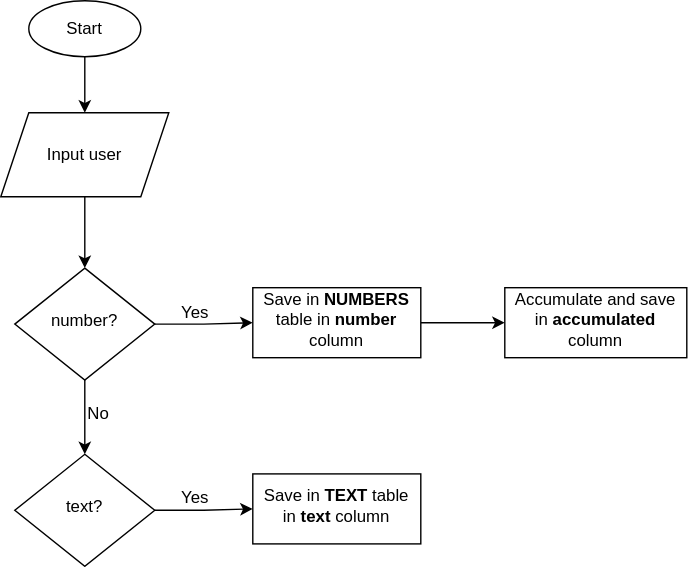
isabelyb/apalabrados keeps this draw.io diagram as apalabrados_flowchart.drawio.svg. Above is the earlier version. Source tidied: cells renumbered, new cells last; positions are measured from the earlier drawing's top-left corner, leaving out a move shared by most shapes.
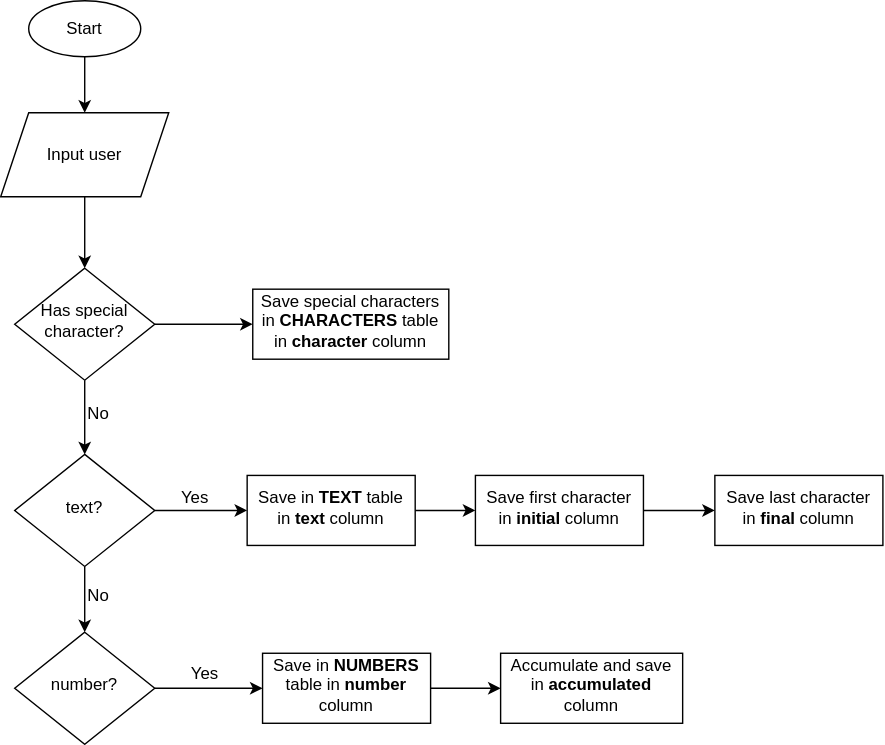
The same diagram one commit later.

The edit, as a diff of the source:
```diff
@@ -2,13 +2,13 @@
   <root>
     <mxCell id="0" />
     <mxCell id="1" parent="0" />
-    <mxCell id="2" style="edgeStyle=orthogonalEdgeStyle;rounded=0;jettySize=auto;html=1;" parent="1" edge="1" source="4" target="10">
-      <mxGeometry relative="1" as="geometry" />
-    </mxCell>
     <mxCell id="3" style="edgeStyle=orthogonalEdgeStyle;rounded=0;jettySize=auto;html=1;" parent="1" edge="1" source="4" target="14">
       <mxGeometry relative="1" as="geometry" />
     </mxCell>
+    <mxCell id="18" style="edgeStyle=orthogonalEdgeStyle;rounded=0;jettySize=auto;html=1;" parent="1" edge="1" source="4" target="27">
+      <mxGeometry relative="1" as="geometry" />
+    </mxCell>
-    <mxCell id="4" value="number?" style="rhombus;whiteSpace=wrap;html=1;shadow=0;fontFamily=Helvetica;fontSize=12;align=center;strokeWidth=1;spacing=6;spacingTop=-4;" parent="1" vertex="1">
+    <mxCell id="4" value="&lt;span&gt;Has special character?&lt;/span&gt;" style="rhombus;whiteSpace=wrap;html=1;shadow=0;fontFamily=Helvetica;fontSize=12;align=center;strokeWidth=1;spacing=6;spacingTop=-4;" parent="1" vertex="1">
       <mxGeometry x="10" y="191" width="100" height="80" as="geometry" />
     </mxCell>
     <mxCell id="5" style="edgeStyle=orthogonalEdgeStyle;rounded=0;jettySize=auto;html=1;" parent="1" edge="1" source="6" target="4">
@@ -23,32 +23,61 @@
     <mxCell id="8" value="Start" style="ellipse;whiteSpace=wrap;html=1;" parent="1" vertex="1">
       <mxGeometry x="20" width="80" height="40" as="geometry" />
     </mxCell>
-    <mxCell id="9" style="edgeStyle=orthogonalEdgeStyle;rounded=0;jettySize=auto;html=1;" parent="1" edge="1" source="10" target="12">
-      <mxGeometry relative="1" as="geometry" />
-    </mxCell>
+    <mxCell id="13" style="edgeStyle=orthogonalEdgeStyle;rounded=0;jettySize=auto;html=1;" parent="1" edge="1" source="14" target="16">
+      <mxGeometry relative="1" as="geometry" />
+    </mxCell>
+    <mxCell id="19" style="edgeStyle=orthogonalEdgeStyle;rounded=0;jettySize=auto;html=1;" parent="1" edge="1" source="14">
+      <mxGeometry relative="1" as="geometry">
+        <mxPoint x="60" y="451" as="targetPoint" />
+      </mxGeometry>
+    </mxCell>
+    <mxCell id="14" value="text?" style="rhombus;whiteSpace=wrap;html=1;shadow=0;fontFamily=Helvetica;fontSize=12;align=center;strokeWidth=1;spacing=6;spacingTop=-4;" parent="1" vertex="1">
+      <mxGeometry x="10" y="324" width="100" height="80" as="geometry" />
+    </mxCell>
+    <mxCell id="15" value="No" style="text;html=1;strokeColor=none;fillColor=none;align=center;verticalAlign=middle;whiteSpace=wrap;rounded=0;" parent="1" vertex="1">
+      <mxGeometry x="40" y="280" width="60" height="30" as="geometry" />
+    </mxCell>
+    <mxCell id="20" style="edgeStyle=orthogonalEdgeStyle;rounded=0;jettySize=auto;html=1;" parent="1" edge="1" source="16" target="22">
+      <mxGeometry relative="1" as="geometry" />
+    </mxCell>
+    <mxCell id="16" value="Save in &lt;b&gt;TEXT&lt;/b&gt;&amp;nbsp;table in &lt;b&gt;text&lt;/b&gt; column" style="whiteSpace=wrap;html=1;shadow=0;strokeWidth=1;spacing=6;spacingTop=-4;" parent="1" vertex="1">
+      <mxGeometry x="176" y="339" width="120" height="50" as="geometry" />
+    </mxCell>
+    <mxCell id="17" value="Yes" style="text;html=1;strokeColor=none;fillColor=none;align=center;verticalAlign=middle;whiteSpace=wrap;rounded=0;" parent="1" vertex="1">
+      <mxGeometry x="109" y="340" width="60" height="30" as="geometry" />
+    </mxCell>
+    <mxCell id="21" style="edgeStyle=orthogonalEdgeStyle;rounded=0;jettySize=auto;html=1;" parent="1" edge="1" source="22" target="23">
+      <mxGeometry relative="1" as="geometry" />
+    </mxCell>
+    <mxCell id="22" value="Save first character in &lt;b&gt;initial&lt;/b&gt; column" style="whiteSpace=wrap;html=1;shadow=0;strokeWidth=1;spacing=6;spacingTop=-4;" parent="1" vertex="1">
+      <mxGeometry x="339" y="339" width="120" height="50" as="geometry" />
+    </mxCell>
+    <mxCell id="23" value="Save last character in &lt;b&gt;final&lt;/b&gt; column" style="whiteSpace=wrap;html=1;shadow=0;strokeWidth=1;spacing=6;spacingTop=-4;" parent="1" vertex="1">
+      <mxGeometry x="510" y="339" width="120" height="50" as="geometry" />
+    </mxCell>
+    <mxCell id="24" style="edgeStyle=orthogonalEdgeStyle;rounded=0;jettySize=auto;html=1;" parent="1" edge="1" source="25" target="10">
+      <mxGeometry relative="1" as="geometry" />
+    </mxCell>
+    <mxCell id="25" value="number?" style="rhombus;whiteSpace=wrap;html=1;shadow=0;fontFamily=Helvetica;fontSize=12;align=center;strokeWidth=1;spacing=6;spacingTop=-4;" parent="1" vertex="1">
+      <mxGeometry x="10" y="451" width="100" height="80" as="geometry" />
+    </mxCell>
     <mxCell id="10" value="Save in &lt;b&gt;NUMBERS&lt;/b&gt; table in &lt;b&gt;number&lt;/b&gt; column" style="whiteSpace=wrap;html=1;shadow=0;strokeWidth=1;spacing=6;spacingTop=-4;" parent="1" vertex="1">
-      <mxGeometry x="180" y="205" width="120" height="50" as="geometry" />
+      <mxGeometry x="187" y="466" width="120" height="50" as="geometry" />
     </mxCell>
     <mxCell id="11" value="Yes" style="text;html=1;strokeColor=none;fillColor=none;align=center;verticalAlign=middle;whiteSpace=wrap;rounded=0;" parent="1" vertex="1">
-      <mxGeometry x="109" y="208" width="60" height="30" as="geometry" />
+      <mxGeometry x="116" y="466" width="60" height="30" as="geometry" />
     </mxCell>
     <mxCell id="12" value="Accumulate and save in &lt;b&gt;accumulated&lt;/b&gt; column" style="whiteSpace=wrap;html=1;shadow=0;strokeWidth=1;spacing=6;spacingTop=-4;" parent="1" vertex="1">
-      <mxGeometry x="360" y="205" width="130" height="50" as="geometry" />
+      <mxGeometry x="357" y="466" width="130" height="50" as="geometry" />
     </mxCell>
-    <mxCell id="13" style="edgeStyle=orthogonalEdgeStyle;rounded=0;jettySize=auto;html=1;" parent="1" edge="1" source="14" target="16">
-      <mxGeometry relative="1" as="geometry" />
-    </mxCell>
-    <mxCell id="14" value="text?" style="rhombus;whiteSpace=wrap;html=1;shadow=0;fontFamily=Helvetica;fontSize=12;align=center;strokeWidth=1;spacing=6;spacingTop=-4;" parent="1" vertex="1">
-      <mxGeometry x="10" y="324" width="100" height="80" as="geometry" />
-    </mxCell>
-    <mxCell id="15" value="No" style="text;html=1;strokeColor=none;fillColor=none;align=center;verticalAlign=middle;whiteSpace=wrap;rounded=0;" parent="1" vertex="1">
-      <mxGeometry x="40" y="280" width="60" height="30" as="geometry" />
-    </mxCell>
-    <mxCell id="16" value="Save in &lt;b&gt;TEXT&lt;/b&gt;&amp;nbsp;table in &lt;b&gt;text&lt;/b&gt; column" style="whiteSpace=wrap;html=1;shadow=0;strokeWidth=1;spacing=6;spacingTop=-4;" parent="1" vertex="1">
-      <mxGeometry x="180" y="338" width="120" height="50" as="geometry" />
-    </mxCell>
-    <mxCell id="17" value="Yes" style="text;html=1;strokeColor=none;fillColor=none;align=center;verticalAlign=middle;whiteSpace=wrap;rounded=0;" parent="1" vertex="1">
-      <mxGeometry x="109" y="340" width="60" height="30" as="geometry" />
-    </mxCell>
+    <mxCell id="9" style="edgeStyle=orthogonalEdgeStyle;rounded=0;jettySize=auto;html=1;" parent="1" edge="1" source="10" target="12">
+      <mxGeometry x="280" y="456" as="geometry" />
+    </mxCell>
+    <mxCell id="26" value="No" style="text;html=1;strokeColor=none;fillColor=none;align=center;verticalAlign=middle;whiteSpace=wrap;rounded=0;" parent="1" vertex="1">
+      <mxGeometry x="40" y="410" width="60" height="30" as="geometry" />
+    </mxCell>
+    <mxCell id="27" value="Save special characters in&amp;nbsp;&lt;b&gt;CHARACTERS&lt;/b&gt;&amp;nbsp;table in&amp;nbsp;&lt;b&gt;character&lt;/b&gt;&amp;nbsp;column" style="whiteSpace=wrap;html=1;shadow=0;strokeWidth=1;spacing=6;spacingTop=-4;" parent="1" vertex="1">
+      <mxGeometry x="180" y="206" width="140" height="50" as="geometry" />
+    </mxCell>
   </root>
 </mxGraphModel>
```
